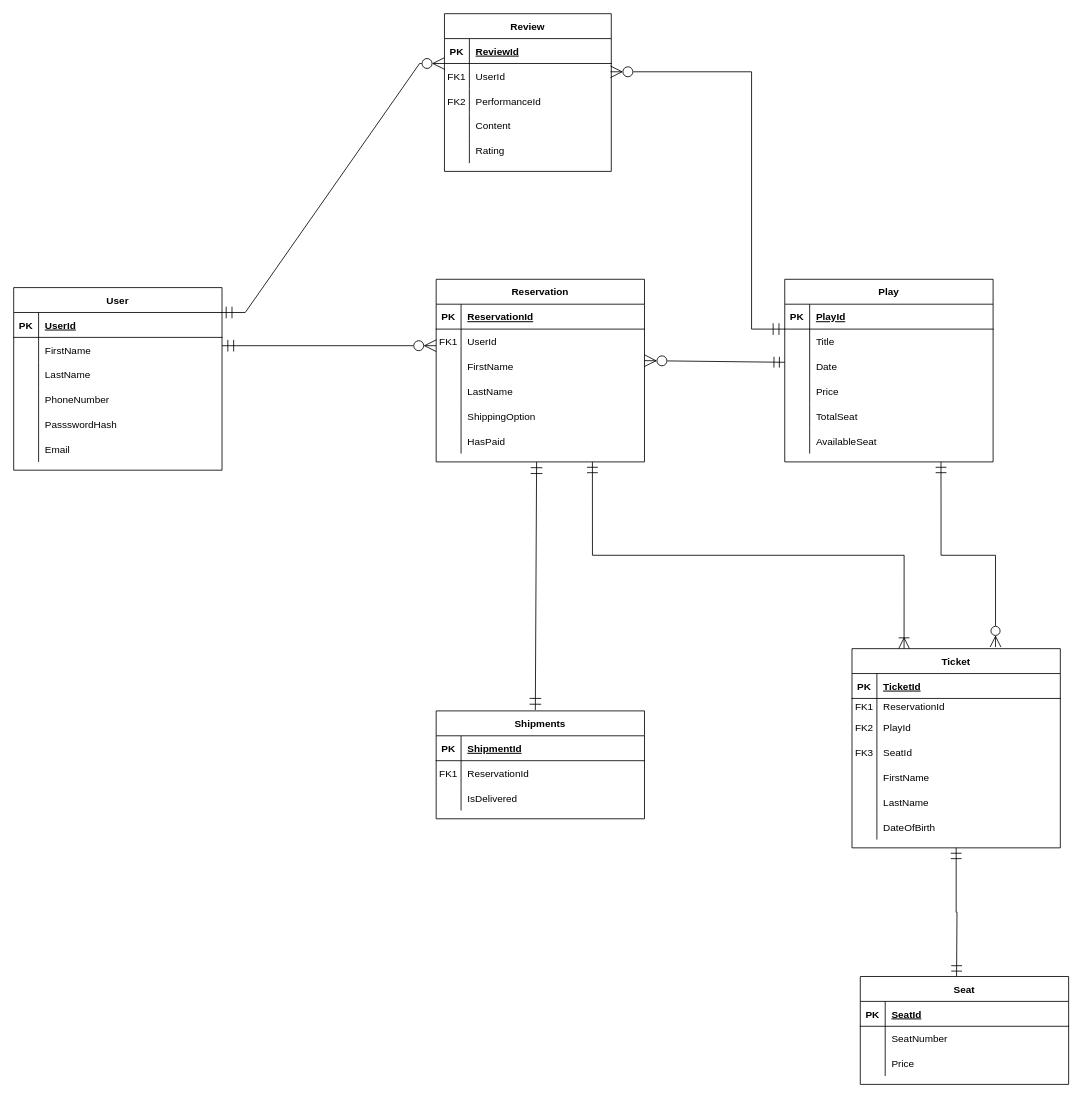
jefsamo/gct-ticketing-system keeps this draw.io diagram as Untitled Diagram.drawio. Above is the earlier version. Source tidied: cells renumbered, new cells numbered last; positions are measured from the earlier drawing's top-left corner, leaving out a move shared by most shapes. Both pictures are drawn from the tidied source at 83%, with x=0, y=0 at pixel (13, 13).
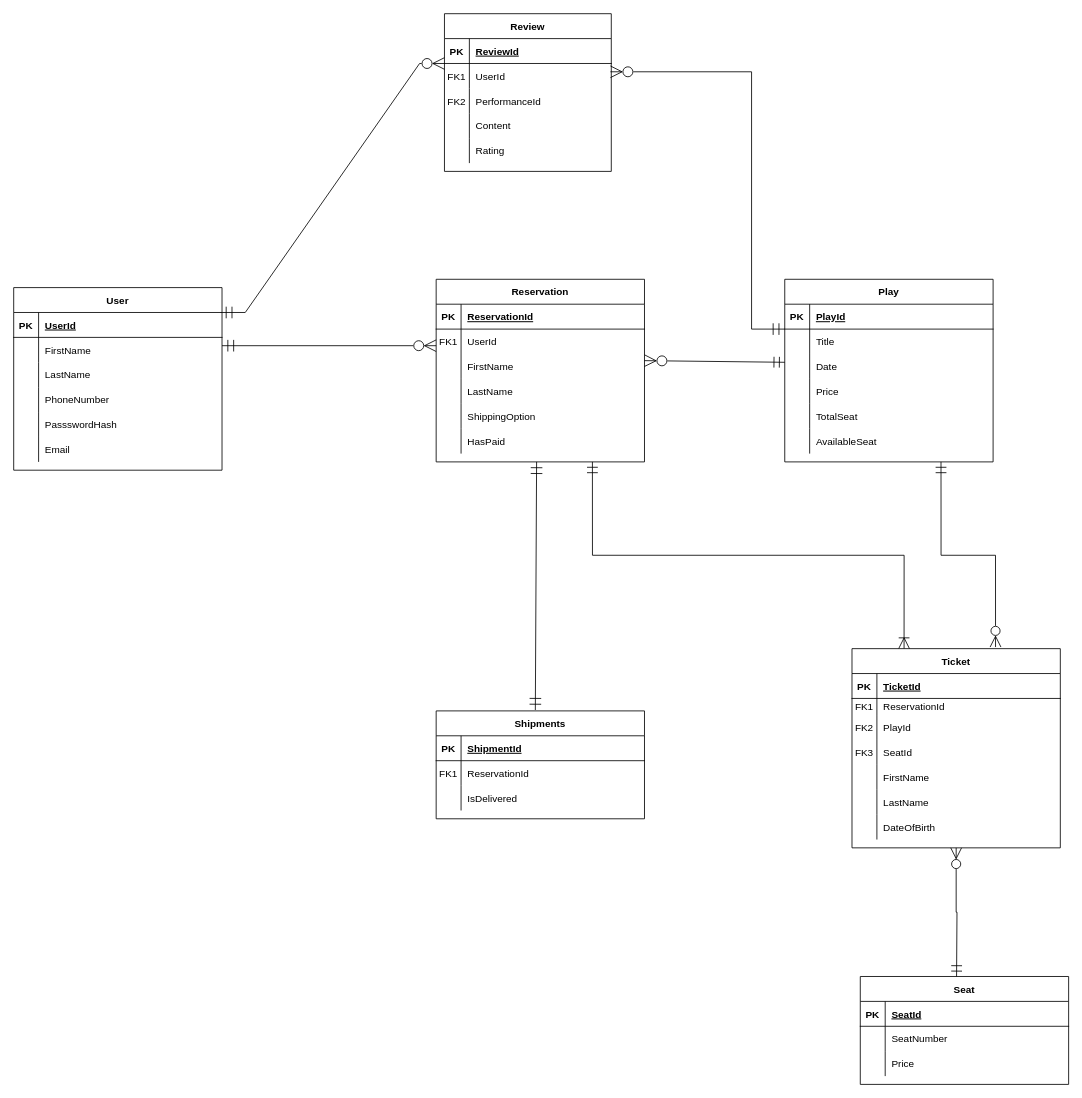
Above is the later version.

Unchanged cells that the change refers to:
```xml
<mxCell id="104" value="Ticket" style="shape=table;startSize=30;childLayout=tableLayout;rowLines=0;fontStyle=1;align=center;" parent="1" vertex="1">
  <mxGeometry x="1010" y="765" width="251" height="240" as="geometry" />
</mxCell>
```

Change to the diagram source:
```diff
@@
-    <mxCell id="126" style="edgeStyle=orthogonalEdgeStyle;rounded=0;jettySize=auto;html=1;exitX=0.5;exitY=1;exitDx=0;exitDy=0;endArrow=ERmandOne;endFill=0;startArrow=ERmandOne;startFill=0;endSize=11;startSize=11;" parent="1" edge="1" source="104">
+    <mxCell id="126" style="edgeStyle=orthogonalEdgeStyle;rounded=0;jettySize=auto;html=1;exitX=0.5;exitY=1;exitDx=0;exitDy=0;endArrow=ERmandOne;endFill=0;startArrow=ERzeroToMany;startFill=0;endSize=11;startSize=11;" parent="1" edge="1" source="104">
       <mxGeometry relative="1" as="geometry">
         <mxPoint x="1136" y="1160" as="targetPoint" />
       </mxGeometry>
     </mxCell>
```
